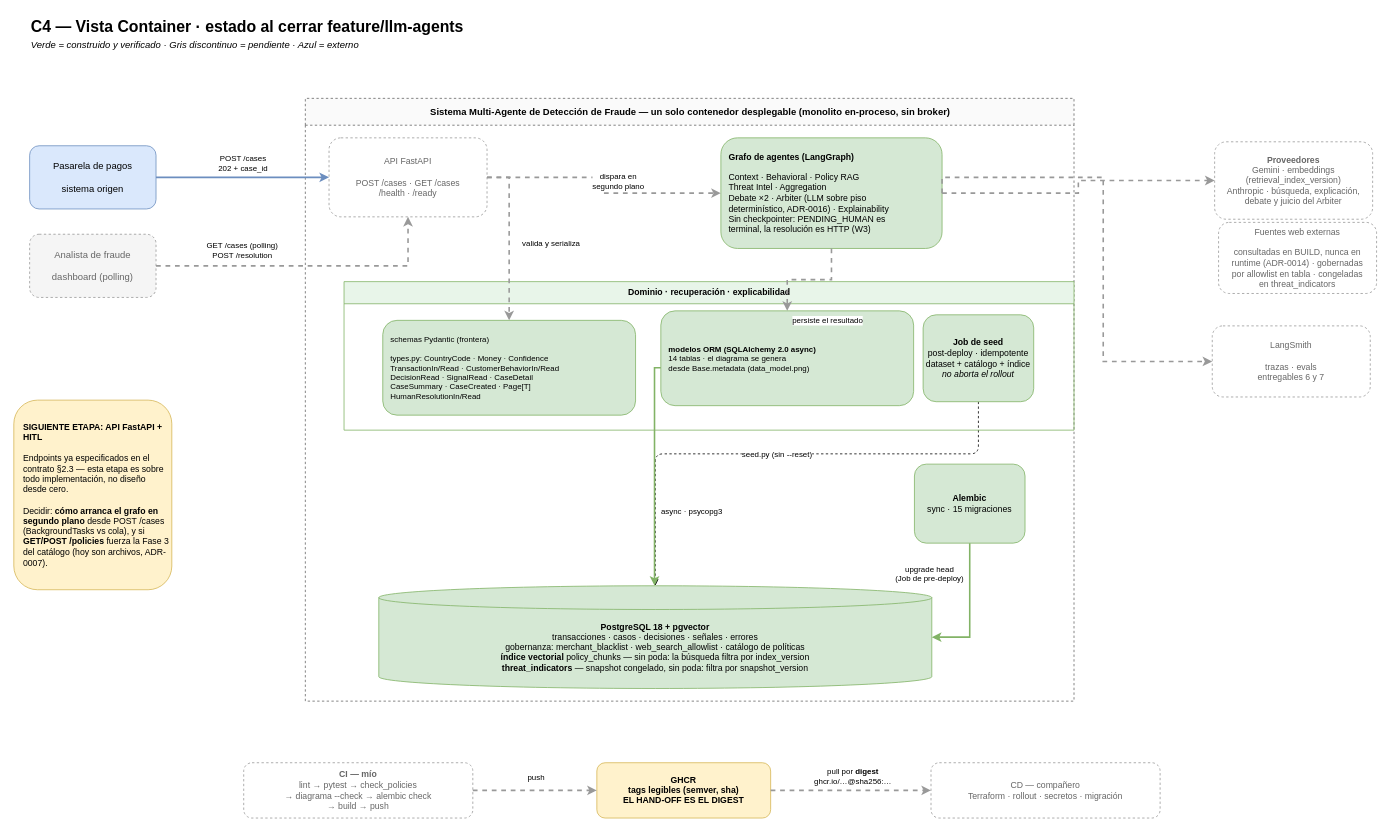
Nicolas-Torres/multiagent-fraud-detection keeps this draw.io diagram as docs/diagrams/c4-container.drawio. Above is the earlier version. Source tidied: cells renumbered, new cells numbered last; positions are measured from the earlier drawing's top-left corner, leaving out a move shared by most shapes. Both pictures are drawn from the tidied source at 79%, with x=0, y=0 at pixel (13, 13).
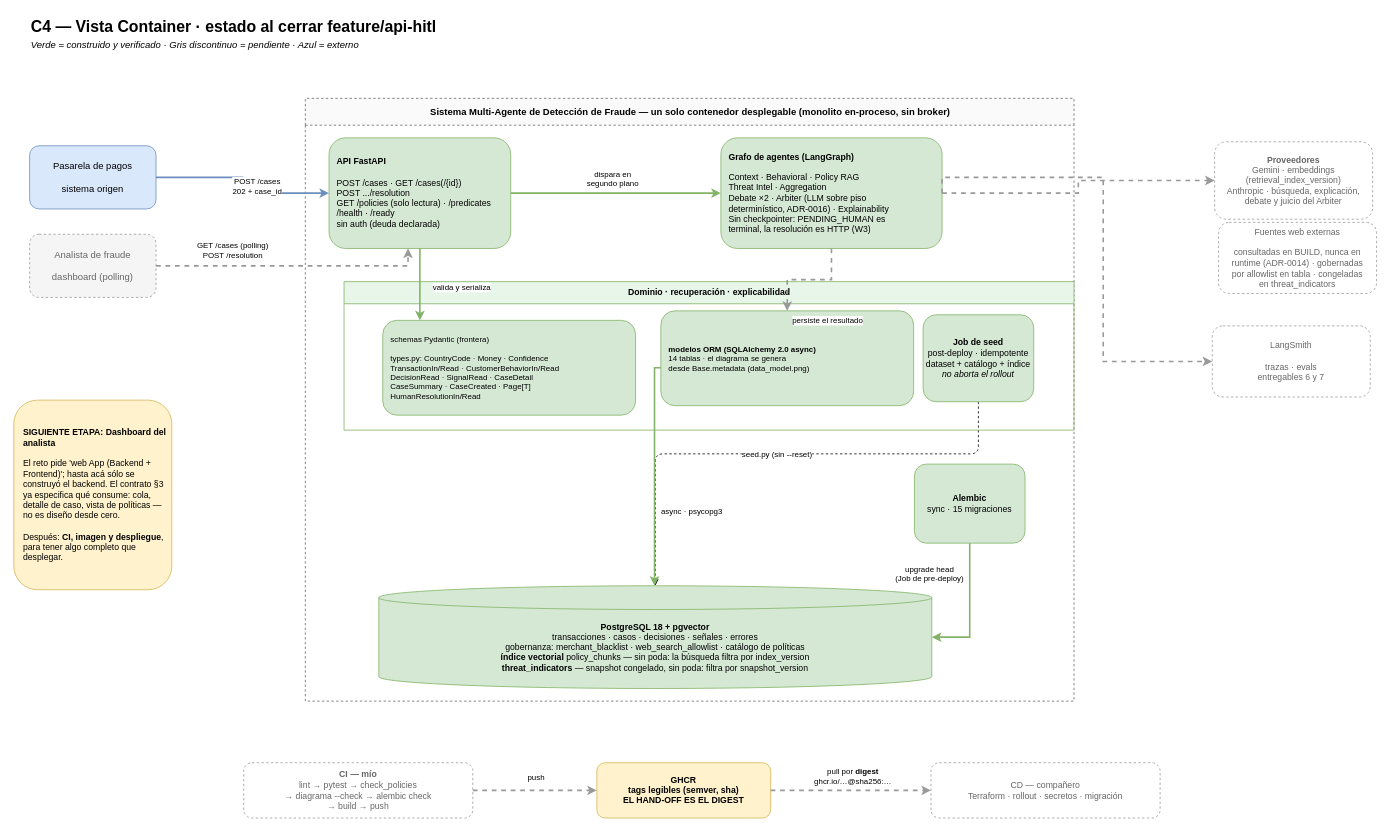
The same page after the edit.

Commit message (it also covers changes not shown here):
docs: close the api-hitl stage

The change refers to these unchanged cells:
```xml
<mxCell id="6" value="Sistema Multi-Agente de Detección de Fraude — un solo contenedor desplegable (monolito en-proceso, sin broker)" style="swimlane;startSize=34;html=1;fontSize=12;fontStyle=1;fillColor=#fafafa;strokeColor=#666666;dashed=1;" parent="1" vertex="1">
  <mxGeometry x="369" y="107" width="973" height="763" as="geometry" />
</mxCell>
<mxCell id="8" value="&lt;b&gt;Grafo de agentes (LangGraph)&lt;/b&gt;&#10;&#10;Context · Behavioral · Policy RAG&#10;Threat Intel · Aggregation&#10;Debate ×2 · Arbiter (LLM sobre piso&#10;determinístico, ADR-0016) · Explainability&#10;Sin checkpointer: PENDING_HUMAN es&#10;terminal, la resolución es HTTP (W3)" style="rounded=1;whiteSpace=wrap;html=1;fontSize=11;fillColor=#d5e8d4;strokeColor=#82b366;align=left;spacingLeft=8;" parent="6" vertex="1">
  <mxGeometry x="526" y="50" width="280" height="140" as="geometry" />
</mxCell>
<mxCell id="12" value="schemas Pydantic (frontera)&#10;&#10;types.py: CountryCode · Money · Confidence&#10;TransactionIn/Read · CustomerBehaviorIn/Read&#10;DecisionRead · SignalRead · CaseDetail&#10;CaseSummary · CaseCreated · Page[T]&#10;HumanResolutionIn/Read" style="rounded=1;whiteSpace=wrap;html=1;fontSize=10;fillColor=#d5e8d4;strokeColor=#82b366;align=left;spacingLeft=8;" parent="11" vertex="1">
  <mxGeometry x="49" y="49" width="320" height="120" as="geometry" />
</mxCell>
```

Diff of the diagram source:
```diff
@@
-    <mxCell id="2" value="C4 — Vista Container · estado al cerrar &lt;b&gt;feature/llm-agents&lt;/b&gt;" style="text;html=1;fontSize=20;fontStyle=1;align=left;verticalAlign=middle;" parent="1" vertex="1">
+    <mxCell id="2" value="C4 — Vista Container · estado al cerrar &lt;b&gt;feature/api-hitl&lt;/b&gt;" style="text;html=1;fontSize=20;fontStyle=1;align=left;verticalAlign=middle;" parent="1" vertex="1">
       <mxGeometry x="20" width="900" height="30" as="geometry" />
     </mxCell>
@@
-    <mxCell id="7" value="API FastAPI&#10;&#10;POST /cases · GET /cases&#10;/health · /ready" style="rounded=1;whiteSpace=wrap;html=1;fontSize=11;fillColor=none;strokeColor=#999999;dashed=1;fontColor=#666666;" parent="6" vertex="1">
-      <mxGeometry x="30" y="50" width="200" height="100" as="geometry" />
+    <mxCell id="7" value="&lt;b&gt;API FastAPI&lt;/b&gt;&#10;&#10;POST /cases · GET /cases(/{id})&#10;POST .../resolution&#10;GET /policies (solo lectura) · /predicates&#10;/health · /ready&#10;sin auth (deuda declarada)" style="rounded=1;whiteSpace=wrap;html=1;fontSize=11;fillColor=#d5e8d4;strokeColor=#82b366;align=left;spacingLeft=8;" parent="6" vertex="1">
+      <mxGeometry x="30" y="50" width="230" height="140" as="geometry" />
     </mxCell>
@@
-    <mxCell id="21" value="dispara en&#10;segundo plano" style="fontSize=10;strokeWidth=2;dashed=1;strokeColor=#999999;edgeStyle=orthogonalEdgeStyle;rounded=0;libavoidRouting=1;jettySize=auto;html=1;" parent="1" edge="1" source="7" target="8">
+    <mxCell id="21" value="dispara en&#10;segundo plano" style="fontSize=10;strokeWidth=2;strokeColor=#82b366;edgeStyle=orthogonalEdgeStyle;rounded=0;libavoidRouting=1;jettySize=auto;html=1;" parent="1" edge="1" source="7" target="8">
       <mxGeometry x="-0.03" y="18" relative="1" as="geometry" />
     </mxCell>
-    <mxCell id="22" value="valida y serializa" style="fontSize=10;strokeWidth=2;dashed=1;strokeColor=#999999;edgeStyle=orthogonalEdgeStyle;rounded=0;libavoidRouting=1;jettySize=auto;html=1;" parent="1" edge="1" source="7" target="12">
+    <mxCell id="22" value="valida y serializa" style="fontSize=10;strokeWidth=2;strokeColor=#82b366;edgeStyle=orthogonalEdgeStyle;rounded=0;libavoidRouting=1;jettySize=auto;html=1;" parent="1" edge="1" source="7" target="12">
       <mxGeometry x="0.07" y="53" relative="1" as="geometry">
         <Array as="points">
           <mxPoint x="627" y="207" />
         </Array>
       </mxGeometry>
     </mxCell>
@@
-    <mxCell id="33" value="&lt;b&gt;SIGUIENTE ETAPA: API FastAPI + HITL&lt;/b&gt;&lt;br&gt;&lt;br&gt;Endpoints ya especificados en el contrato §2.3 — esta etapa es sobre todo implementación, no diseño desde cero.&lt;br&gt;&lt;br&gt;Decidir: &lt;b&gt;cómo arranca el grafo en segundo plano&lt;/b&gt; desde POST /cases (BackgroundTasks vs cola), y si &lt;b&gt;GET/POST /policies&lt;/b&gt; fuerza la Fase 3 del catálogo (hoy son archivos, ADR-0007)." style="rounded=1;whiteSpace=wrap;html=1;fontSize=11;align=left;spacingLeft=10;fillColor=#fff2cc;strokeColor=#d6b656;verticalAlign=middle;" parent="1" vertex="1">
+    <mxCell id="33" value="&lt;b&gt;SIGUIENTE ETAPA: Dashboard del analista&lt;/b&gt;&lt;br&gt;&lt;br&gt;El reto pide 'web App (Backend + Frontend)'; hasta acá sólo se construyó el backend. El contrato §3 ya especifica qué consume: cola, detalle de caso, vista de políticas — no es diseño desde cero.&lt;br&gt;&lt;br&gt;Después: &lt;b&gt;CI, imagen y despliegue&lt;/b&gt;, para tener algo completo que desplegar." style="rounded=1;whiteSpace=wrap;html=1;fontSize=11;align=left;spacingLeft=10;fillColor=#fff2cc;strokeColor=#d6b656;verticalAlign=middle;" parent="1" vertex="1">
       <mxGeometry y="489" width="200" height="240" as="geometry" />
     </mxCell>
```
